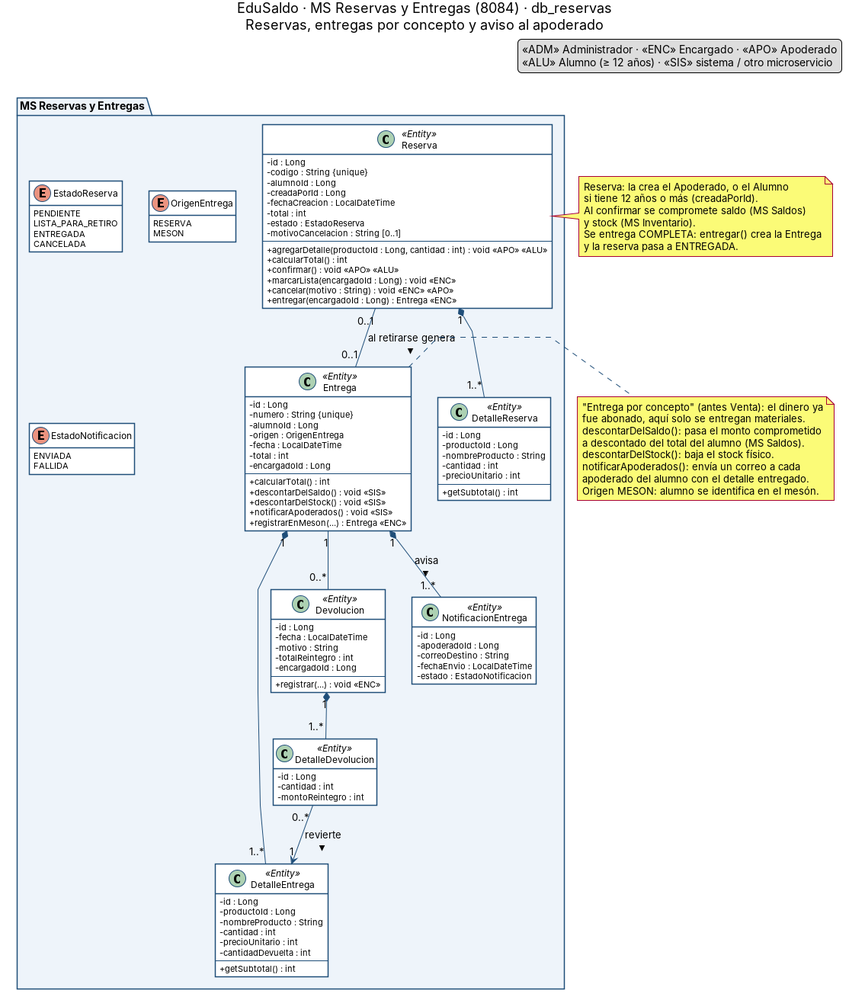
Above: docs/04_ms_ventas_reservas.png in antoniojarasanchez/edusaldo-ms-ventas-reservas (PlantUML), before the change. Its source is kept beside it as docs/04_ms_ventas_reservas.puml.
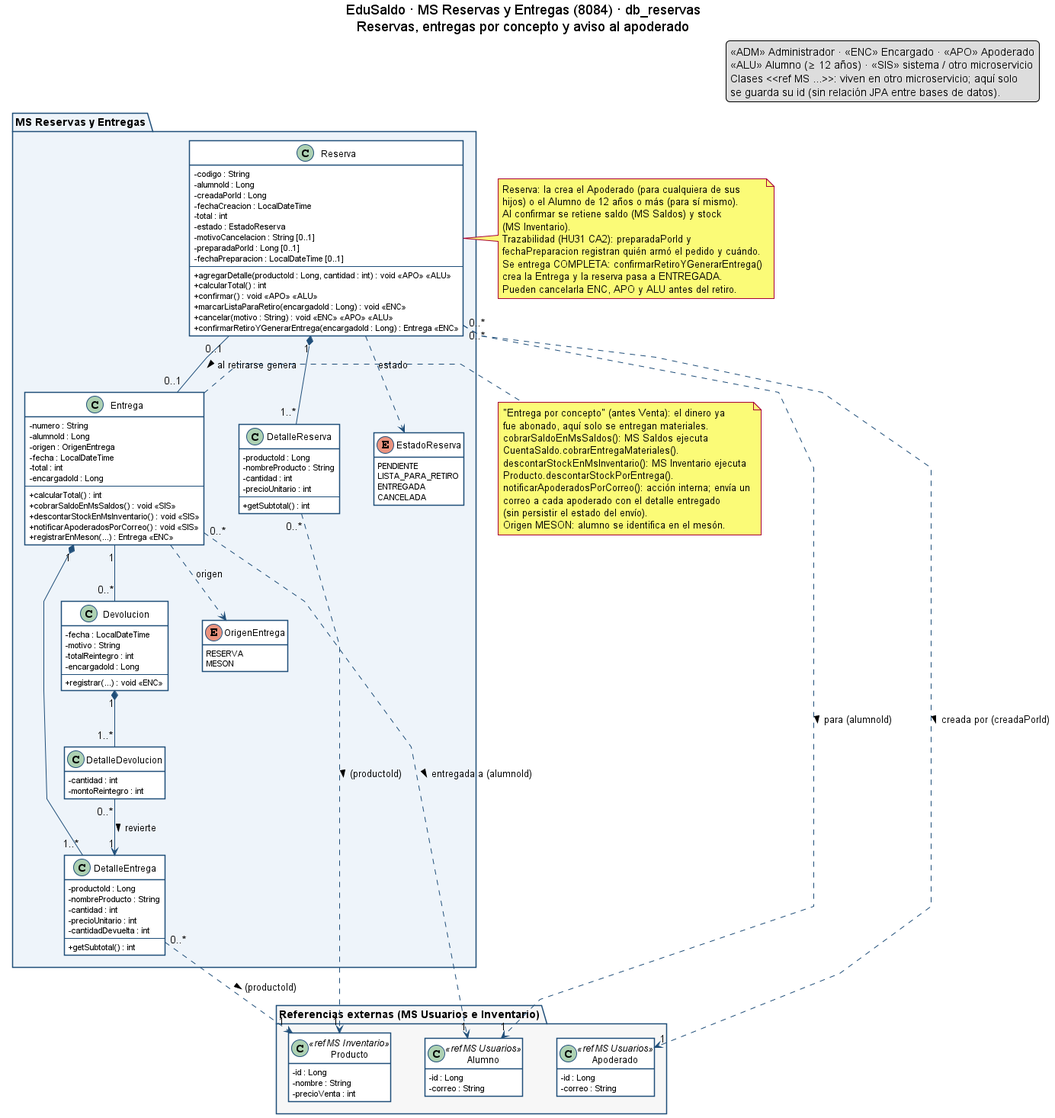
After the commit.

Change to the diagram source:
```diff
@@ -12,12 +12,32 @@
   BackgroundColor #EEF4FA
 }
 hide empty members
+skinparam nodesep 45
+skinparam ranksep 55
 title EduSaldo · MS Reservas y Entregas (8084) · db_reservas\nReservas, entregas por concepto y aviso al apoderado
 
 legend top right
   «ADM» Administrador · «ENC» Encargado · «APO» Apoderado
   «ALU» Alumno (≥ 12 años) · «SIS» sistema / otro microservicio
+  Clases <<ref MS ...>>: viven en otro microservicio; aquí solo
+  se guarda su id (sin relación JPA entre bases de datos).
 endlegend
+
+package "Referencias externas (MS Usuarios e Inventario)" #F7F7F7 {
+  class Apoderado <<ref MS Usuarios>> {
+    - id : Long
+    - correo : String
+  }
+  class Alumno <<ref MS Usuarios>> {
+    - id : Long
+    - correo : String
+  }
+  class Producto <<ref MS Inventario>> {
+    - id : Long
+    - nombre : String
+    - precioVenta : int
+  }
+}
 
 package "MS Reservas y Entregas" {
 
@@ -33,31 +53,26 @@
     MESON
   }
 
-  enum EstadoNotificacion {
-    ENVIADA
-    FALLIDA
-  }
-
-  class Reserva <<Entity>> {
-    - id : Long
-    - codigo : String {unique}
+  class Reserva {
+    - codigo : String
     - alumnoId : Long
     - creadaPorId : Long
     - fechaCreacion : LocalDateTime
     - total : int
     - estado : EstadoReserva
     - motivoCancelacion : String [0..1]
+    - preparadaPorId : Long [0..1]
+    - fechaPreparacion : LocalDateTime [0..1]
     --
     + agregarDetalle(productoId : Long, cantidad : int) : void «APO» «ALU»
     + calcularTotal() : int
     + confirmar() : void «APO» «ALU»
-    + marcarLista(encargadoId : Long) : void «ENC»
-    + cancelar(motivo : String) : void «ENC» «APO»
-    + entregar(encargadoId : Long) : Entrega «ENC»
+    + marcarListaParaRetiro(encargadoId : Long) : void «ENC»
+    + cancelar(motivo : String) : void «ENC» «APO» «ALU»
+    + confirmarRetiroYGenerarEntrega(encargadoId : Long) : Entrega «ENC»
   }
 
-  class DetalleReserva <<Entity>> {
-    - id : Long
+  class DetalleReserva {
     - productoId : Long
     - nombreProducto : String
     - cantidad : int
@@ -66,9 +81,8 @@
     + getSubtotal() : int
   }
 
-  class Entrega <<Entity>> {
-    - id : Long
-    - numero : String {unique}
+  class Entrega {
+    - numero : String
     - alumnoId : Long
     - origen : OrigenEntrega
     - fecha : LocalDateTime
@@ -76,14 +90,13 @@
     - encargadoId : Long
     --
     + calcularTotal() : int
-    + descontarDelSaldo() : void «SIS»
-    + descontarDelStock() : void «SIS»
-    + notificarApoderados() : void «SIS»
+    + cobrarSaldoEnMsSaldos() : void «SIS»
+    + descontarStockEnMsInventario() : void «SIS»
+    + notificarApoderadosPorCorreo() : void «SIS»
     + registrarEnMeson(...) : Entrega «ENC»
   }
 
-  class DetalleEntrega <<Entity>> {
-    - id : Long
+  class DetalleEntrega {
     - productoId : Long
     - nombreProducto : String
     - cantidad : int
@@ -93,8 +106,7 @@
     + getSubtotal() : int
   }
 
-  class Devolucion <<Entity>> {
-    - id : Long
+  class Devolucion {
     - fecha : LocalDateTime
     - motivo : String
     - totalReintegro : int
@@ -103,20 +115,17 @@
     + registrar(...) : void «ENC»
   }
 
-  class DetalleDevolucion <<Entity>> {
-    - id : Long
+  class DetalleDevolucion {
     - cantidad : int
     - montoReintegro : int
   }
+}
 
-  class NotificacionEntrega <<Entity>> {
-    - id : Long
-    - apoderadoId : Long
-    - correoDestino : String
-    - fechaEnvio : LocalDateTime
-    - estado : EstadoNotificacion
-  }
-}
+Reserva "0..*" ..> "1" Alumno : para (alumnoId) >
+Reserva "0..*" ..> "1" Apoderado : creada por (creadaPorId) >
+Entrega "0..*" ..> "1" Alumno : entregada a (alumnoId) >
+DetalleReserva "0..*" ..> "1" Producto : (productoId) >
+DetalleEntrega "0..*" ..> "1" Producto : (productoId) >
 
 Reserva "1" *-- "1..*" DetalleReserva
 Reserva "0..1" -- "0..1" Entrega : al retirarse genera >
@@ -124,25 +133,32 @@
 Entrega "1" -- "0..*" Devolucion
 Devolucion "1" *-- "1..*" DetalleDevolucion
 DetalleDevolucion "0..*" --> "1" DetalleEntrega : revierte >
-Entrega "1" *-- "1..*" NotificacionEntrega : avisa >
+
+Reserva ..> EstadoReserva : estado
+Entrega ..> OrigenEntrega : origen
 
 note right of Reserva
-  Reserva: la crea el Apoderado, o el Alumno
-  si tiene 12 años o más (creadaPorId).
-  Al confirmar se compromete saldo (MS Saldos)
-  y stock (MS Inventario).
-  Se entrega COMPLETA: entregar() crea la Entrega
-  y la reserva pasa a ENTREGADA.
+  Reserva: la crea el Apoderado (para cualquiera de sus
+  hijos) o el Alumno de 12 años o más (para sí mismo).
+  Al confirmar se retiene saldo (MS Saldos) y stock
+  (MS Inventario).
+  Trazabilidad (HU31 CA2): preparadaPorId y
+  fechaPreparacion registran quién armó el pedido y cuándo.
+  Se entrega COMPLETA: confirmarRetiroYGenerarEntrega()
+  crea la Entrega y la reserva pasa a ENTREGADA.
+  Pueden cancelarla ENC, APO y ALU antes del retiro.
 end note
 
 note right of Entrega
   "Entrega por concepto" (antes Venta): el dinero ya
   fue abonado, aquí solo se entregan materiales.
-  descontarDelSaldo(): pasa el monto comprometido
-  a descontado del total del alumno (MS Saldos).
-  descontarDelStock(): baja el stock físico.
-  notificarApoderados(): envía un correo a cada
-  apoderado del alumno con el detalle entregado.
+  cobrarSaldoEnMsSaldos(): MS Saldos ejecuta
+  CuentaSaldo.cobrarEntregaMateriales().
+  descontarStockEnMsInventario(): MS Inventario ejecuta
+  Producto.descontarStockPorEntrega().
+  notificarApoderadosPorCorreo(): acción interna; envía un
+  correo a cada apoderado con el detalle entregado
+  (sin persistir el estado del envío).
   Origen MESON: alumno se identifica en el mesón.
 end note
 @enduml
```
